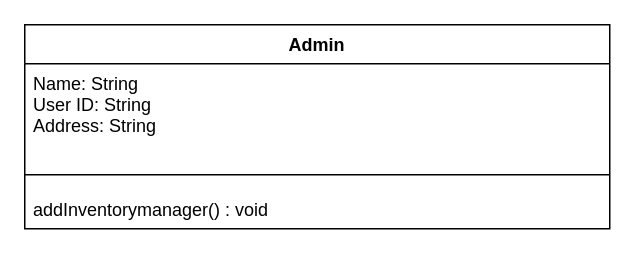
The draw.io diagram Class Diagram.drawio in apoorv-agrawal91/Apoorv, before the edit. Source tidied: cells renumbered, new cells numbered last; positions are measured from the earlier drawing's top-left corner, leaving out a move shared by most shapes. Both pictures are drawn from the tidied source at 150%, with x=0, y=0 at pixel (24, 24).
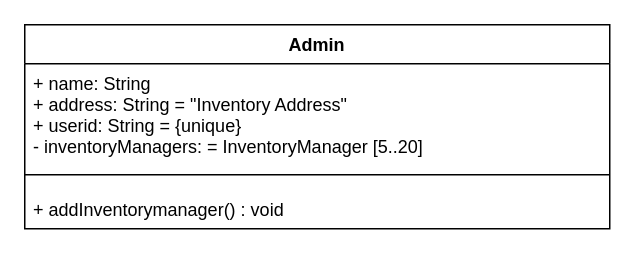
The same diagram, later.

Change to the diagram source:
```diff
@@
 <mxGraphModel>
   <root>
     <mxCell id="0" />
     <mxCell id="1" parent="0" />
     <mxCell id="2" value="Admin" style="swimlane;fontStyle=1;align=center;verticalAlign=top;horizontal=1;startSize=26;" parent="1" vertex="1">
       <mxGeometry width="390" height="136" as="geometry" />
     </mxCell>
-    <mxCell id="3" value="Name: String&#10;User ID: String&#10;Address: String" style="text;strokeColor=none;fillColor=none;align=left;verticalAlign=top;spacingLeft=4;spacingRight=4;overflow=hidden;" parent="2" vertex="1">
+    <mxCell id="3" value="+ name: String&#10;+ address: String = &quot;Inventory Address&quot;&#10;+ userid: String = {unique}&#10;- inventoryManagers: = InventoryManager [5..20] " style="text;strokeColor=none;fillColor=none;align=left;verticalAlign=top;spacingLeft=4;spacingRight=4;overflow=hidden;" parent="2" vertex="1">
       <mxGeometry y="26" width="390" height="64" as="geometry" />
     </mxCell>
     <mxCell id="4" style="line;strokeWidth=1;fillColor=none;align=left;verticalAlign=middle;spacingTop=-1;spacingLeft=3;spacingRight=3;labelPosition=right;" parent="2" vertex="1">
       <mxGeometry y="90" width="390" height="20" as="geometry" />
     </mxCell>
-    <mxCell id="5" value="addInventorymanager() : void" style="text;strokeColor=none;fillColor=none;align=left;verticalAlign=top;spacingLeft=4;spacingRight=4;overflow=hidden;" parent="2" vertex="1">
+    <mxCell id="5" value="+ addInventorymanager() : void" style="text;strokeColor=none;fillColor=none;align=left;verticalAlign=top;spacingLeft=4;spacingRight=4;overflow=hidden;" parent="2" vertex="1">
       <mxGeometry y="110" width="390" height="26" as="geometry" />
     </mxCell>
   </root>
 </mxGraphModel>
```
